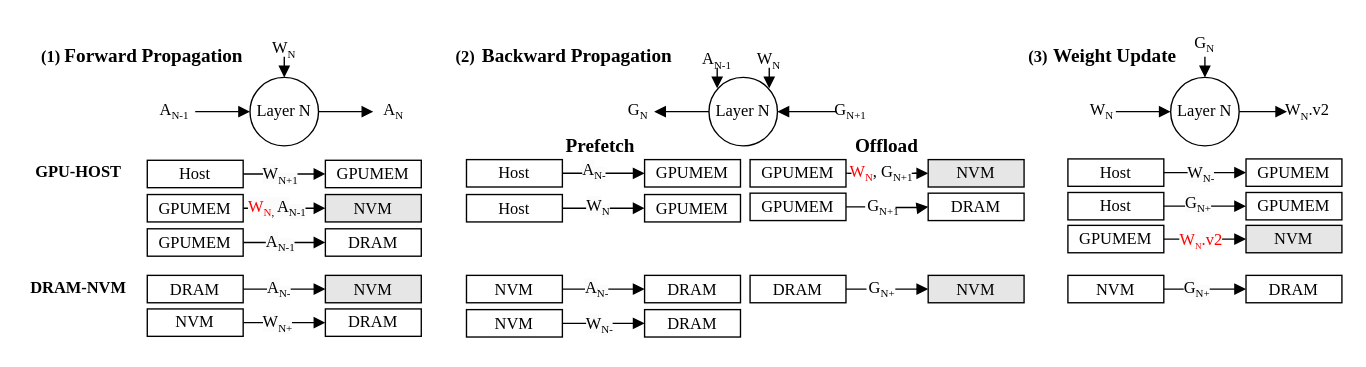
Before: fig/pipeline.drawio in icszhr/NCheck, a draw.io diagram. Source tidied: cells renumbered, new cells numbered last; positions are measured from the earlier drawing's top-left corner, leaving out a move shared by most shapes. Both pictures are drawn from the tidied source at 137%, with x=0, y=0 at pixel (23, 23).
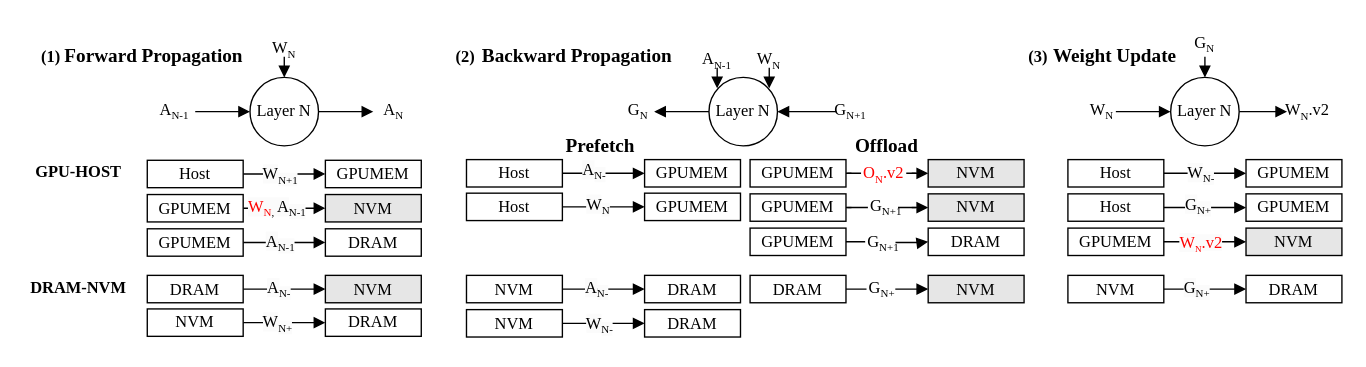
The same diagram, later.

Change to the diagram source:
```diff
@@
-    <mxCell id="46" value="&lt;div style=&quot;text-align: center;&quot;&gt;&lt;span style=&quot;background-color: initial; color: rgb(255, 0, 0);&quot;&gt;W&lt;/span&gt;&lt;sub style=&quot;background-color: initial; color: rgb(255, 0, 0);&quot;&gt;&lt;font style=&quot;font-size: 8px;&quot;&gt;N&lt;/font&gt;&lt;/sub&gt;, G&lt;sub&gt;&lt;font style=&quot;font-size: 8px;&quot;&gt;N+1&lt;/font&gt;&lt;/sub&gt;&lt;br&gt;&lt;/div&gt;" style="text;whiteSpace=wrap;html=1;fillColor=default;fontFamily=Times New Roman;" parent="1" vertex="1">
-      <mxGeometry x="601" y="94" width="49" height="20" as="geometry" />
+    <mxCell id="46" value="&lt;div style=&quot;text-align: center;&quot;&gt;&lt;span style=&quot;background-color: initial; color: rgb(255, 0, 0);&quot;&gt;O&lt;/span&gt;&lt;span style=&quot;background-color: initial; color: rgb(255, 0, 0);&quot;&gt;&lt;font style=&quot;&quot;&gt;&lt;sub style=&quot;font-size: 8px;&quot;&gt;N&lt;/sub&gt;&lt;font style=&quot;font-size: 12px;&quot;&gt;.v2&lt;/font&gt;&lt;/font&gt;&lt;/span&gt;&lt;br&gt;&lt;/div&gt;" style="text;whiteSpace=wrap;html=1;fillColor=default;fontFamily=Times New Roman;" parent="1" vertex="1">
+      <mxGeometry x="611" y="95" width="33" height="20" as="geometry" />
     </mxCell>
@@
     <mxCell id="55" value="Host" style="rounded=0;whiteSpace=wrap;html=1;fontFamily=Times New Roman;" parent="1" vertex="1">
-      <mxGeometry x="762" y="123" width="70" height="20" as="geometry" />
+      <mxGeometry x="762" y="124" width="70" height="20" as="geometry" />
     </mxCell>
     <mxCell id="56" value="GPUMEM" style="rounded=0;whiteSpace=wrap;html=1;fontFamily=Times New Roman;" parent="1" vertex="1">
-      <mxGeometry x="892" y="123" width="70" height="20" as="geometry" />
+      <mxGeometry x="892" y="124" width="70" height="20" as="geometry" />
     </mxCell>
     <mxCell id="57" value="&lt;span style=&quot;color: rgb(0, 0, 0); font-size: 12px; font-style: normal; font-variant-ligatures: normal; font-variant-caps: normal; font-weight: 400; letter-spacing: normal; orphans: 2; text-align: center; text-indent: 0px; text-transform: none; widows: 2; word-spacing: 0px; -webkit-text-stroke-width: 0px; white-space: normal; background-color: rgb(251, 251, 251); text-decoration-thickness: initial; text-decoration-style: initial; text-decoration-color: initial; float: none; display: inline !important;&quot;&gt;G&lt;/span&gt;&lt;sub style=&quot;forced-color-adjust: none; color: rgb(0, 0, 0); font-style: normal; font-variant-ligatures: normal; font-variant-caps: normal; font-weight: 400; letter-spacing: normal; orphans: 2; text-align: center; text-indent: 0px; text-transform: none; widows: 2; word-spacing: 0px; -webkit-text-stroke-width: 0px; white-space: normal; background-color: rgb(251, 251, 251); text-decoration-thickness: initial; text-decoration-style: initial; text-decoration-color: initial;&quot;&gt;&lt;font style=&quot;font-size: 8px;&quot;&gt;N+&lt;/font&gt;&lt;/sub&gt;" style="text;whiteSpace=wrap;html=1;fontFamily=Times New Roman;" parent="1" vertex="1">
-      <mxGeometry x="846" y="117" width="30" height="30" as="geometry" />
+      <mxGeometry x="846" y="118" width="30" height="30" as="geometry" />
     </mxCell>
@@
     <mxCell id="73" value="GPUMEM" style="rounded=0;whiteSpace=wrap;html=1;fontFamily=Times New Roman;" parent="1" vertex="1">
-      <mxGeometry x="762" y="147" width="70" height="20" as="geometry" />
+      <mxGeometry x="762" y="149" width="70" height="20" as="geometry" />
     </mxCell>
     <mxCell id="74" value="NVM" style="rounded=0;whiteSpace=wrap;html=1;fontFamily=Times New Roman;fillColor=#E6E6E6;" parent="1" vertex="1">
-      <mxGeometry x="892" y="147" width="70" height="20" as="geometry" />
+      <mxGeometry x="892" y="149" width="70" height="20" as="geometry" />
     </mxCell>
@@
     <mxCell id="77" value="Host" style="rounded=0;whiteSpace=wrap;html=1;fontFamily=Times New Roman;" parent="1" vertex="1">
-      <mxGeometry x="323" y="124.5" width="70" height="20" as="geometry" />
+      <mxGeometry x="323" y="123.5" width="70" height="20" as="geometry" />
     </mxCell>
     <mxCell id="78" value="GPUMEM" style="rounded=0;whiteSpace=wrap;html=1;fontFamily=Times New Roman;" parent="1" vertex="1">
-      <mxGeometry x="453" y="124.5" width="70" height="20" as="geometry" />
+      <mxGeometry x="453" y="123.5" width="70" height="20" as="geometry" />
     </mxCell>
@@
-    <mxCell id="90" style="edgeStyle=orthogonalEdgeStyle;rounded=0;jettySize=auto;html=1;entryX=0;entryY=0.5;entryDx=0;entryDy=0;endArrow=block;endFill=1;fontFamily=Times New Roman;" parent="1" edge="1" source="94" target="92">
-      <mxGeometry relative="1" as="geometry" />
-    </mxCell>
-    <mxCell id="91" value="GPUMEM" style="rounded=0;whiteSpace=wrap;html=1;fontFamily=Times New Roman;" parent="1" vertex="1">
-      <mxGeometry x="530" y="123.5" width="70" height="20" as="geometry" />
-    </mxCell>
-    <mxCell id="92" value="DRAM" style="rounded=0;whiteSpace=wrap;html=1;fontFamily=Times New Roman;" parent="1" vertex="1">
-      <mxGeometry x="660" y="123.5" width="70" height="20" as="geometry" />
-    </mxCell>
-    <mxCell id="93" style="edgeStyle=orthogonalEdgeStyle;rounded=0;jettySize=auto;html=1;entryX=0;entryY=0.5;entryDx=0;entryDy=0;endArrow=block;endFill=1;fontFamily=Times New Roman;" parent="1" edge="1" source="91" target="94">
-      <mxGeometry relative="1" as="geometry" />
-    </mxCell>
-    <mxCell id="94" value="&lt;div style=&quot;text-align: center;&quot;&gt;G&lt;sub&gt;&lt;font style=&quot;font-size: 8px;&quot;&gt;N+1&lt;/font&gt;&lt;/sub&gt;&lt;br&gt;&lt;/div&gt;" style="text;whiteSpace=wrap;html=1;fillColor=default;fontFamily=Times New Roman;" parent="1" vertex="1">
-      <mxGeometry x="614" y="119" width="22" height="30" as="geometry" />
-    </mxCell>
     <mxCell id="95" value="&lt;font color=&quot;#ff0000&quot;&gt;&lt;span style=&quot;font-family: &amp;quot;Times New Roman&amp;quot;; font-size: 12px; text-wrap: wrap; background-color: rgb(251, 251, 251);&quot;&gt;W&lt;/span&gt;&lt;span style=&quot;font-family: &amp;quot;Times New Roman&amp;quot;; text-wrap: wrap; background-color: rgb(251, 251, 251);&quot;&gt;&lt;font style=&quot;font-size: 8px;&quot;&gt;&lt;sub&gt;N&lt;/sub&gt;&lt;/font&gt;&lt;font style=&quot;font-size: 12px;&quot;&gt;.&lt;/font&gt;&lt;font style=&quot;font-size: 12px;&quot;&gt;v2&lt;/font&gt;&lt;/span&gt;&lt;/font&gt;" style="edgeLabel;html=1;align=center;verticalAlign=middle;" parent="1" vertex="1">
-      <mxGeometry x="870" y="156" as="geometry">
+      <mxGeometry x="870" y="158" as="geometry">
         <mxPoint x="-12" y="1" as="offset" />
       </mxGeometry>
     </mxCell>
@@
     <mxCell id="101" value="Host" style="rounded=0;whiteSpace=wrap;html=1;fontFamily=Times New Roman;" parent="1" vertex="1">
-      <mxGeometry x="762" y="98.5" width="70" height="20" as="geometry" />
+      <mxGeometry x="762" y="99" width="70" height="20" as="geometry" />
     </mxCell>
     <mxCell id="102" value="GPUMEM" style="rounded=0;whiteSpace=wrap;html=1;fontFamily=Times New Roman;" parent="1" vertex="1">
-      <mxGeometry x="892" y="98.5" width="70" height="20" as="geometry" />
+      <mxGeometry x="892" y="99" width="70" height="20" as="geometry" />
     </mxCell>
@@
+    <mxCell id="104" style="edgeStyle=orthogonalEdgeStyle;rounded=0;jettySize=auto;html=1;entryX=0;entryY=0.5;entryDx=0;entryDy=0;endArrow=block;endFill=1;fontFamily=Times New Roman;" parent="1" edge="1" source="107" target="92">
+      <mxGeometry relative="1" as="geometry" />
+    </mxCell>
+    <mxCell id="105" value="GPUMEM" style="rounded=0;whiteSpace=wrap;html=1;fontFamily=Times New Roman;" parent="1" vertex="1">
+      <mxGeometry x="530" y="149" width="70" height="20" as="geometry" />
+    </mxCell>
+    <mxCell id="92" value="DRAM" style="rounded=0;whiteSpace=wrap;html=1;fontFamily=Times New Roman;" parent="1" vertex="1">
+      <mxGeometry x="660" y="149" width="70" height="20" as="geometry" />
+    </mxCell>
+    <mxCell id="106" style="edgeStyle=orthogonalEdgeStyle;rounded=0;jettySize=auto;html=1;entryX=0;entryY=0.5;entryDx=0;entryDy=0;endArrow=block;endFill=1;fontFamily=Times New Roman;" parent="1" edge="1" source="105" target="107">
+      <mxGeometry relative="1" as="geometry" />
+    </mxCell>
+    <mxCell id="107" value="&lt;div style=&quot;text-align: center;&quot;&gt;G&lt;sub&gt;&lt;font style=&quot;font-size: 8px;&quot;&gt;N+1&lt;/font&gt;&lt;/sub&gt;&lt;br&gt;&lt;/div&gt;" style="text;whiteSpace=wrap;html=1;fillColor=default;fontFamily=Times New Roman;" parent="1" vertex="1">
+      <mxGeometry x="614" y="144.5" width="22" height="30" as="geometry" />
+    </mxCell>
+    <mxCell id="108" style="edgeStyle=orthogonalEdgeStyle;rounded=0;jettySize=auto;html=1;entryX=0;entryY=0.5;entryDx=0;entryDy=0;endArrow=block;endFill=1;fontFamily=Times New Roman;" parent="1" edge="1" source="109" target="110">
+      <mxGeometry relative="1" as="geometry" />
+    </mxCell>
+    <mxCell id="109" value="GPUMEM" style="rounded=0;whiteSpace=wrap;html=1;fontFamily=Times New Roman;" parent="1" vertex="1">
+      <mxGeometry x="530" y="124" width="70" height="20" as="geometry" />
+    </mxCell>
+    <mxCell id="110" value="NVM" style="rounded=0;whiteSpace=wrap;html=1;fontFamily=Times New Roman;fillColor=#E6E6E6;" parent="1" vertex="1">
+      <mxGeometry x="660" y="124" width="70" height="20" as="geometry" />
+    </mxCell>
+    <mxCell id="111" value="&lt;div style=&quot;text-align: center;&quot;&gt;G&lt;sub&gt;&lt;font style=&quot;font-size: 8px;&quot;&gt;N+1&lt;/font&gt;&lt;/sub&gt;&lt;br&gt;&lt;/div&gt;" style="text;whiteSpace=wrap;html=1;fillColor=default;fontFamily=Times New Roman;" parent="1" vertex="1">
+      <mxGeometry x="616" y="119" width="22" height="20" as="geometry" />
+    </mxCell>
+    <mxCell id="112" style="endArrow=none;html=1;rounded=0;" parent="1" edge="1">
+      <mxGeometry relative="1" as="geometry">
+        <mxPoint x="601" y="134" as="sourcePoint" />
+        <mxPoint x="604" y="134" as="targetPoint" />
+      </mxGeometry>
+    </mxCell>
+    <mxCell id="113" style="endArrow=none;html=1;rounded=0;" parent="1" edge="1">
+      <mxGeometry relative="1" as="geometry">
+        <mxPoint x="648" y="134" as="sourcePoint" />
+        <mxPoint x="651" y="134" as="targetPoint" />
+      </mxGeometry>
+    </mxCell>
```
